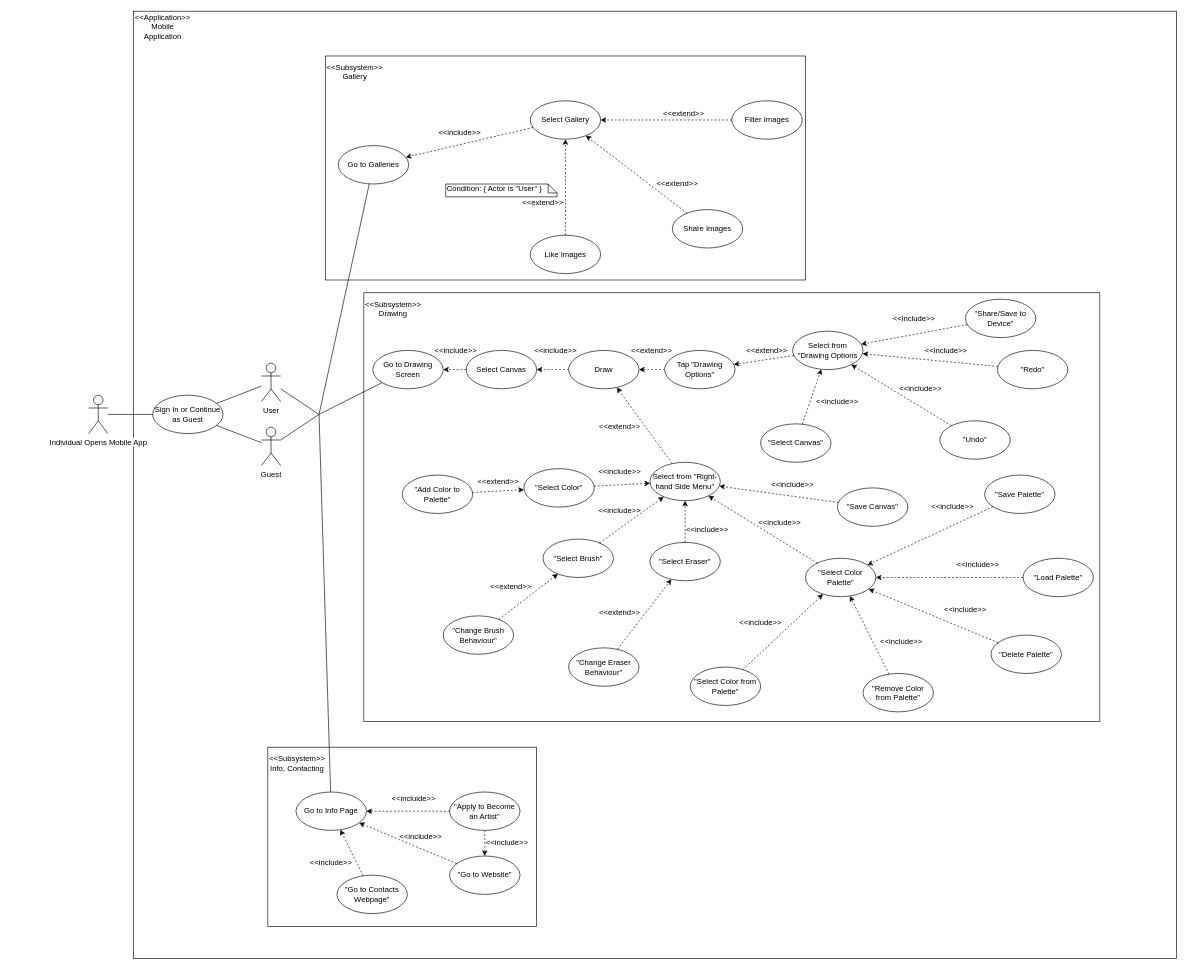
This is Documents/MobileAppUseCases.drawio from csinn/Painted-Prosthetics, a draw.io file, before an edit. Source tidied: cells renumbered, new cells numbered last; positions are measured from the earlier drawing's top-left corner, leaving out a move shared by most shapes. Both pictures are drawn from the tidied source at 64%, with x=0, y=0 at pixel (88, 11).
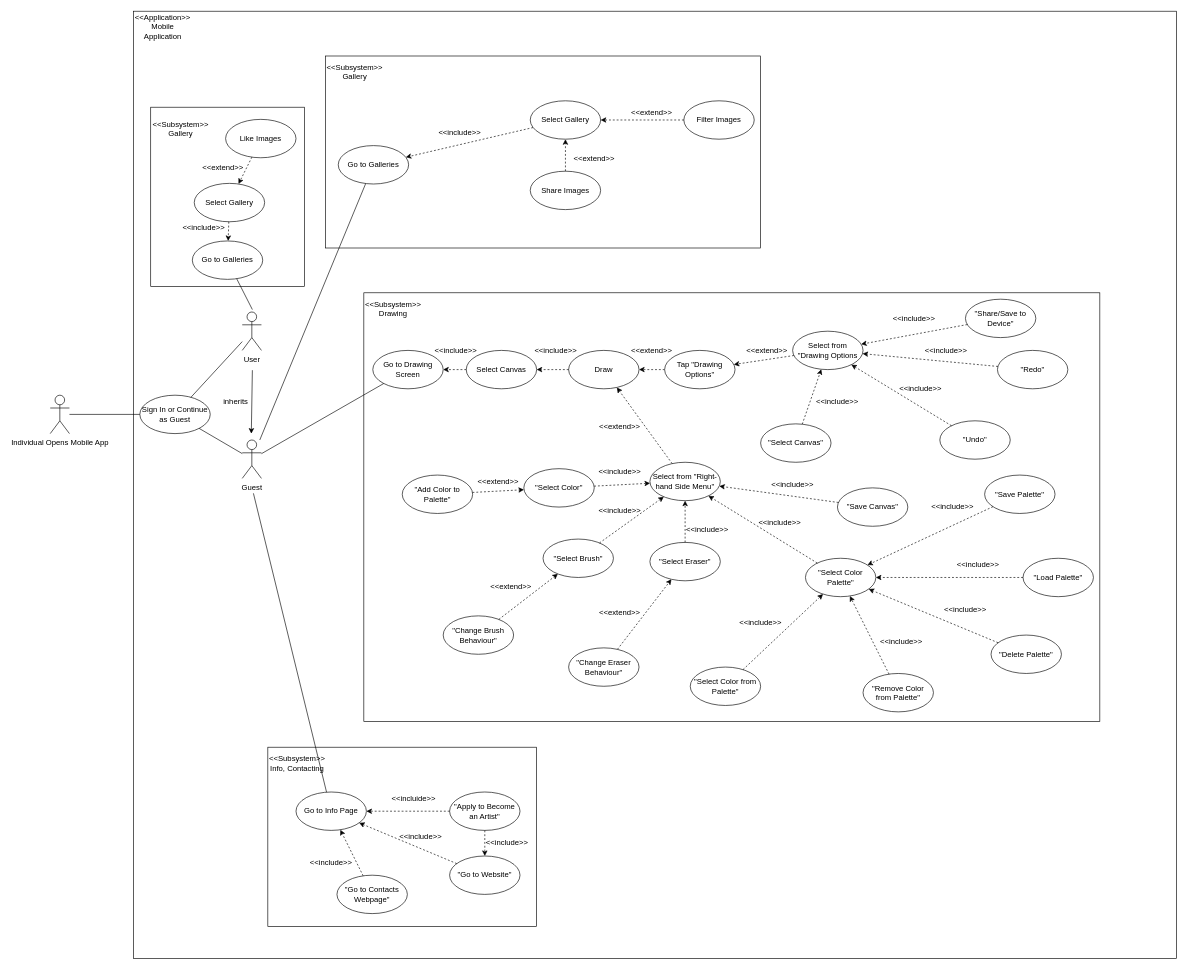
Above is the later version.

Commit message (it also covers changes not shown here):
Added changes to use case diagram. User inherits Guest now.

The change refers to these unchanged cells:
```xml
<mxCell id="2" style="rounded=0;whiteSpace=wrap;html=1;" parent="1" vertex="1">
  <mxGeometry x="70" width="1630" height="1480" as="geometry" />
</mxCell>
<mxCell id="7" value="Go to Galleries" style="ellipse;whiteSpace=wrap;html=1;" parent="1" vertex="1">
  <mxGeometry x="390" y="210" width="110" height="60" as="geometry" />
</mxCell>
<mxCell id="8" value="Select Gallery" style="ellipse;whiteSpace=wrap;html=1;" parent="1" vertex="1">
  <mxGeometry x="690" y="140" width="110" height="60" as="geometry" />
</mxCell>
<mxCell id="16" value="Go to Drawing Screen" style="ellipse;whiteSpace=wrap;html=1;" parent="1" vertex="1">
  <mxGeometry x="444" y="530" width="110" height="60" as="geometry" />
</mxCell>
<mxCell id="59" value="Go to Info Page" style="ellipse;whiteSpace=wrap;html=1;" parent="1" vertex="1">
  <mxGeometry x="324" y="1220" width="110" height="60" as="geometry" />
</mxCell>
```

The edit, as a diff of the source:
```diff
@@
+    <mxCell id="115" style="rounded=0;whiteSpace=wrap;html=1;" parent="1" vertex="1">
+      <mxGeometry x="97" y="150" width="240" height="280" as="geometry" />
+    </mxCell>
     <mxCell id="3" style="rounded=0;whiteSpace=wrap;html=1;" parent="1" vertex="1">
-      <mxGeometry x="370" y="70" width="750" height="350" as="geometry" />
+      <mxGeometry x="370" y="70" width="680" height="300" as="geometry" />
     </mxCell>
@@
     <mxCell id="6" value="Individual Opens Mobile App" style="shape=umlActor;verticalLabelPosition=bottom;labelBackgroundColor=#ffffff;verticalAlign=top;html=1;outlineConnect=0;" parent="1" vertex="1">
-      <mxGeometry y="600" width="30" height="60" as="geometry" />
+      <mxGeometry x="-60" y="600" width="30" height="60" as="geometry" />
     </mxCell>
@@
     <mxCell id="9" value="Filter Images" style="ellipse;whiteSpace=wrap;html=1;" parent="1" vertex="1">
-      <mxGeometry x="1005" y="140" width="110" height="60" as="geometry" />
+      <mxGeometry x="930" y="140" width="110" height="60" as="geometry" />
     </mxCell>
     <mxCell id="10" value="Share Images" style="ellipse;whiteSpace=wrap;html=1;" parent="1" vertex="1">
-      <mxGeometry x="912" y="310" width="110" height="60" as="geometry" />
+      <mxGeometry x="690" y="250" width="110" height="60" as="geometry" />
     </mxCell>
     <mxCell id="11" value="Like Images" style="ellipse;whiteSpace=wrap;html=1;" parent="1" vertex="1">
-      <mxGeometry x="690" y="350" width="110" height="60" as="geometry" />
+      <mxGeometry x="214" y="169" width="110" height="60" as="geometry" />
     </mxCell>
@@
-    <mxCell id="13" style="endArrow=classic;html=1;dashed=1;" parent="1" edge="1" source="11" target="8">
+    <mxCell id="13" style="endArrow=classic;html=1;dashed=1;" parent="1" edge="1" source="11" target="120">
       <mxGeometry relative="1" as="geometry" />
     </mxCell>
@@
     <mxCell id="67" value="Sign In or Continue as Guest" style="ellipse;whiteSpace=wrap;html=1;" parent="1" vertex="1">
-      <mxGeometry x="100" y="600" width="110" height="60" as="geometry" />
+      <mxGeometry x="80" y="600" width="110" height="60" as="geometry" />
     </mxCell>
@@
     <mxCell id="69" value="User" style="shape=umlActor;verticalLabelPosition=bottom;labelBackgroundColor=#ffffff;verticalAlign=top;html=1;outlineConnect=0;" parent="1" vertex="1">
-      <mxGeometry x="270" y="550" width="30" height="60" as="geometry" />
+      <mxGeometry x="240" y="470" width="30" height="60" as="geometry" />
     </mxCell>
     <mxCell id="70" value="Guest" style="shape=umlActor;verticalLabelPosition=bottom;labelBackgroundColor=#ffffff;verticalAlign=top;html=1;outlineConnect=0;" parent="1" vertex="1">
-      <mxGeometry x="270" y="650" width="30" height="60" as="geometry" />
+      <mxGeometry x="240" y="670" width="30" height="60" as="geometry" />
     </mxCell>
-    <mxCell id="71" style="endArrow=none;html=1;" parent="1" edge="1" source="69">
-      <mxGeometry relative="1" as="geometry">
-        <mxPoint x="360" y="630" as="targetPoint" />
-      </mxGeometry>
-    </mxCell>
-    <mxCell id="72" style="endArrow=none;html=1;" parent="1" edge="1" source="70">
-      <mxGeometry relative="1" as="geometry">
-        <mxPoint x="360" y="630" as="targetPoint" />
-      </mxGeometry>
-    </mxCell>
-    <mxCell id="73" style="endArrow=none;html=1;" parent="1" edge="1" target="7">
-      <mxGeometry relative="1" as="geometry">
-        <mxPoint x="360" y="630" as="sourcePoint" />
-      </mxGeometry>
+    <mxCell id="73" style="endArrow=none;html=1;" parent="1" edge="1" source="70" target="7">
+      <mxGeometry relative="1" as="geometry" />
     </mxCell>
-    <mxCell id="74" style="endArrow=none;html=1;" parent="1" edge="1" target="16">
-      <mxGeometry relative="1" as="geometry">
-        <mxPoint x="360" y="630" as="sourcePoint" />
-      </mxGeometry>
+    <mxCell id="74" style="endArrow=none;html=1;" parent="1" edge="1" source="70" target="16">
+      <mxGeometry relative="1" as="geometry" />
     </mxCell>
-    <mxCell id="75" style="endArrow=none;html=1;" parent="1" edge="1" target="59">
-      <mxGeometry relative="1" as="geometry">
-        <mxPoint x="360" y="630" as="sourcePoint" />
-      </mxGeometry>
+    <mxCell id="75" style="endArrow=none;html=1;exitX=0.115;exitY=0.509;exitDx=0;exitDy=0;exitPerimeter=0;" parent="1" edge="1" source="2" target="59">
+      <mxGeometry relative="1" as="geometry" />
     </mxCell>
@@
     <mxCell id="78" value="&amp;lt;&amp;lt;extend&amp;gt;&amp;gt;" style="text;html=1;strokeColor=none;fillColor=none;align=center;verticalAlign=middle;whiteSpace=wrap;rounded=0;" parent="1" vertex="1">
-      <mxGeometry x="690" y="290" width="40" height="20" as="geometry" />
+      <mxGeometry x="190" y="234" width="40" height="20" as="geometry" />
     </mxCell>
-    <mxCell id="79" value="Condition: { Actor is &quot;User&quot; }" style="shape=note;whiteSpace=wrap;html=1;size=14;verticalAlign=top;align=left;spacingTop=-6;" parent="1" vertex="1">
-      <mxGeometry x="558" y="270" width="174" height="20" as="geometry" />
-    </mxCell>
     <mxCell id="80" value="&amp;lt;&amp;lt;extend&amp;gt;&amp;gt;" style="text;html=1;strokeColor=none;fillColor=none;align=center;verticalAlign=middle;whiteSpace=wrap;rounded=0;" parent="1" vertex="1">
-      <mxGeometry x="910" y="150" width="40" height="20" as="geometry" />
+      <mxGeometry x="860" y="149" width="40" height="20" as="geometry" />
     </mxCell>
     <mxCell id="81" value="&amp;lt;&amp;lt;extend&amp;gt;&amp;gt;" style="text;html=1;strokeColor=none;fillColor=none;align=center;verticalAlign=middle;whiteSpace=wrap;rounded=0;" parent="1" vertex="1">
-      <mxGeometry x="900" y="260" width="40" height="20" as="geometry" />
+      <mxGeometry x="770" y="220" width="40" height="20" as="geometry" />
     </mxCell>
@@
+    <mxCell id="116" value="&amp;lt;&amp;lt;Subsystem&amp;gt;&amp;gt;&lt;br&gt;Gallery" style="text;html=1;strokeColor=none;fillColor=none;align=center;verticalAlign=middle;whiteSpace=wrap;rounded=0;" parent="1" vertex="1">
+      <mxGeometry x="98" y="159" width="92" height="50" as="geometry" />
+    </mxCell>
+    <mxCell id="117" style="endArrow=classic;html=1;exitX=0.114;exitY=0.379;exitDx=0;exitDy=0;exitPerimeter=0;entryX=0.113;entryY=0.446;entryDx=0;entryDy=0;entryPerimeter=0;" parent="1" edge="1" source="2" target="2">
+      <mxGeometry relative="1" as="geometry" />
+    </mxCell>
+    <mxCell id="118" value="inherits" style="text;html=1;strokeColor=none;fillColor=none;align=center;verticalAlign=middle;whiteSpace=wrap;rounded=0;" parent="1" vertex="1">
+      <mxGeometry x="210" y="600" width="40" height="20" as="geometry" />
+    </mxCell>
+    <mxCell id="119" value="Go to Galleries" style="ellipse;whiteSpace=wrap;html=1;" parent="1" vertex="1">
+      <mxGeometry x="162" y="359" width="110" height="60" as="geometry" />
+    </mxCell>
+    <mxCell id="120" value="Select Gallery" style="ellipse;whiteSpace=wrap;html=1;" parent="1" vertex="1">
+      <mxGeometry x="165" y="269" width="110" height="60" as="geometry" />
+    </mxCell>
+    <mxCell id="121" style="endArrow=classic;html=1;dashed=1;" parent="1" edge="1" source="120" target="119">
+      <mxGeometry relative="1" as="geometry" />
+    </mxCell>
+    <mxCell id="122" value="&amp;lt;&amp;lt;include&amp;gt;&amp;gt;" style="text;html=1;strokeColor=none;fillColor=none;align=center;verticalAlign=middle;whiteSpace=wrap;rounded=0;" parent="1" vertex="1">
+      <mxGeometry x="160" y="329" width="40" height="20" as="geometry" />
+    </mxCell>
+    <mxCell id="123" style="endArrow=none;html=1;exitX=0.114;exitY=0.315;exitDx=0;exitDy=0;exitPerimeter=0;" parent="1" edge="1" source="2" target="119">
+      <mxGeometry relative="1" as="geometry" />
+    </mxCell>
```
